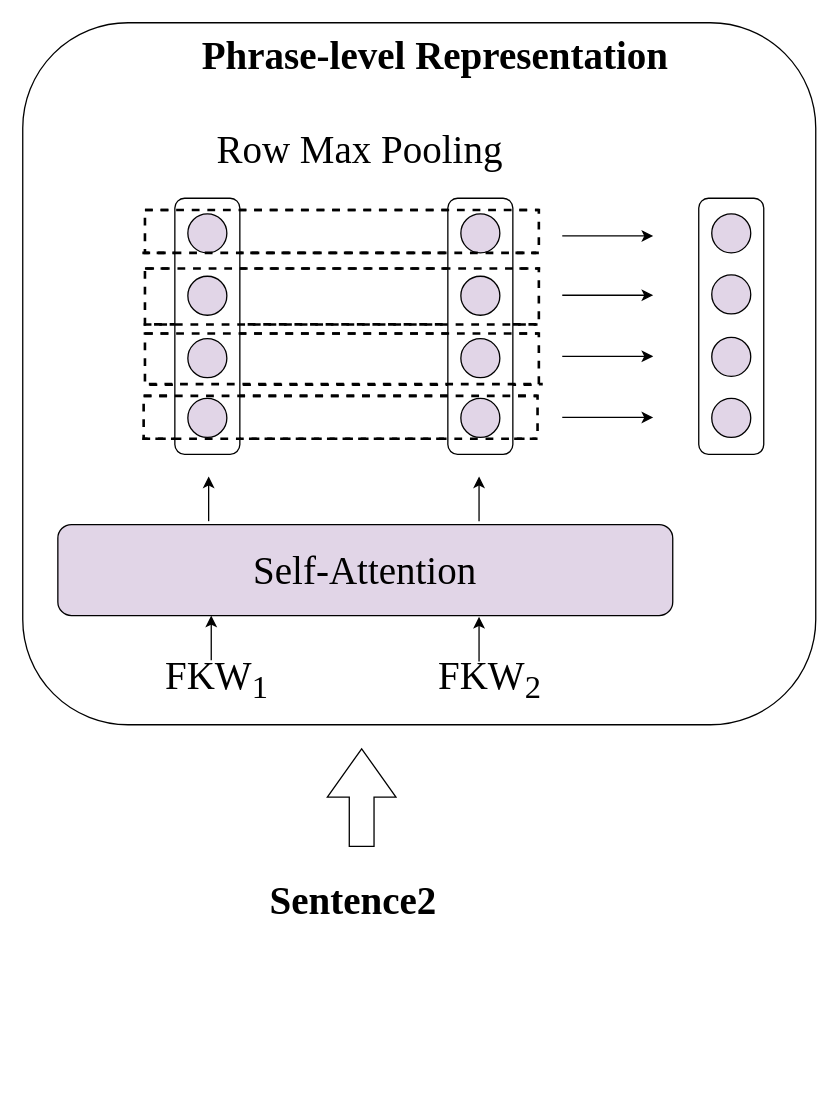
Above: text_match/fin-phrase.drawio in lengyueit/paper_pic (draw.io), before the change. Source tidied: cells renumbered, new cells numbered last; positions are measured from the earlier drawing's top-left corner, leaving out a move shared by most shapes. Both pictures are drawn from the tidied source at 130%, with x=0, y=0 at pixel (22, 22).
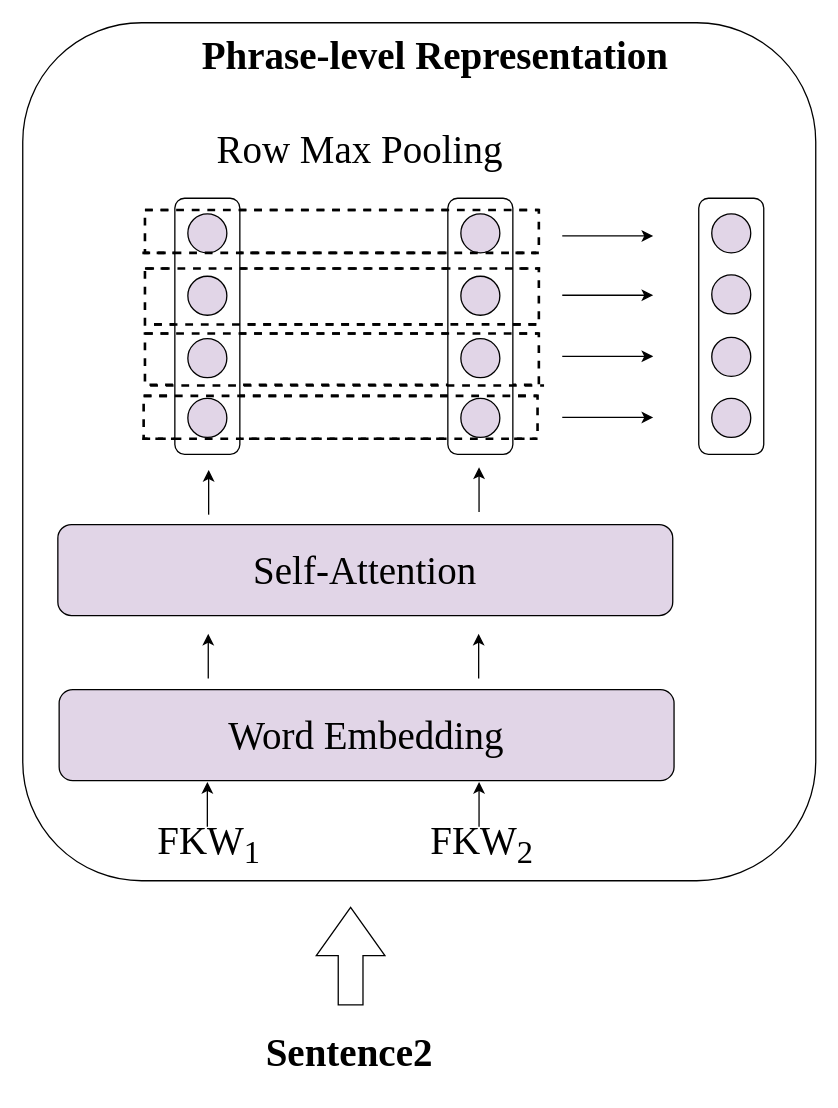
The same page after the edit.

Diff of the diagram source:
```diff
@@
     <mxCell id="2" style="rounded=1;whiteSpace=wrap;html=1;" parent="1" vertex="1">
-      <mxGeometry width="610" height="540" as="geometry" />
+      <mxGeometry width="610" height="660" as="geometry" />
     </mxCell>
@@
     <mxCell id="7" value="&lt;font face=&quot;Times New Roman&quot; style=&quot;font-size: 30px;&quot;&gt;FKW&lt;sub&gt;1&lt;/sub&gt;&lt;/font&gt;" style="text;html=1;align=center;verticalAlign=middle;strokeColor=none;fillColor=none;" parent="1" vertex="1">
-      <mxGeometry x="99" y="475" width="100" height="60" as="geometry" />
+      <mxGeometry x="93" y="602" width="100" height="60" as="geometry" />
     </mxCell>
@@
     <mxCell id="10" value="&lt;font face=&quot;Times New Roman&quot; style=&quot;font-size: 30px;&quot;&gt;FKW&lt;sub&gt;2&lt;/sub&gt;&lt;/font&gt;" style="text;html=1;align=center;verticalAlign=middle;strokeColor=none;fillColor=none;" parent="1" vertex="1">
-      <mxGeometry x="309" y="475" width="100" height="60" as="geometry" />
+      <mxGeometry x="303" y="602" width="100" height="60" as="geometry" />
     </mxCell>
@@
     <mxCell id="12" style="endArrow=classic;html=1;rounded=0;" parent="1" edge="1">
       <mxGeometry relative="1" as="geometry">
-        <mxPoint x="145" y="490.4" as="sourcePoint" />
-        <mxPoint x="145" y="456" as="targetPoint" />
+        <mxPoint x="142" y="618.5" as="sourcePoint" />
+        <mxPoint x="142" y="584" as="targetPoint" />
       </mxGeometry>
     </mxCell>
     <mxCell id="13" style="endArrow=classic;html=1;rounded=0;" parent="1" edge="1">
       <mxGeometry relative="1" as="geometry">
-        <mxPoint x="351" y="491.4" as="sourcePoint" />
-        <mxPoint x="351" y="457" as="targetPoint" />
+        <mxPoint x="351" y="618.5" as="sourcePoint" />
+        <mxPoint x="351" y="584" as="targetPoint" />
       </mxGeometry>
     </mxCell>
     <mxCell id="14" style="endArrow=classic;html=1;rounded=0;" parent="1" edge="1">
       <mxGeometry relative="1" as="geometry">
-        <mxPoint x="351" y="383.4" as="sourcePoint" />
-        <mxPoint x="351" y="349" as="targetPoint" />
+        <mxPoint x="351" y="376.4" as="sourcePoint" />
+        <mxPoint x="351" y="342" as="targetPoint" />
       </mxGeometry>
     </mxCell>
     <mxCell id="15" style="endArrow=classic;html=1;rounded=0;" parent="1" edge="1">
       <mxGeometry relative="1" as="geometry">
-        <mxPoint x="143" y="383.4" as="sourcePoint" />
-        <mxPoint x="143" y="349" as="targetPoint" />
+        <mxPoint x="143" y="378.4" as="sourcePoint" />
+        <mxPoint x="143" y="344" as="targetPoint" />
       </mxGeometry>
     </mxCell>
@@
     <mxCell id="39" style="endArrow=none;dashed=1;html=1;rounded=0;strokeWidth=2;" parent="1" edge="1">
       <mxGeometry relative="1" as="geometry">
-        <mxPoint x="93" y="232.1" as="sourcePoint" />
-        <mxPoint x="396" y="232.1" as="targetPoint" />
+        <mxPoint x="101" y="232.1" as="sourcePoint" />
+        <mxPoint x="400" y="232" as="targetPoint" />
       </mxGeometry>
     </mxCell>
@@
     <mxCell id="42" style="endArrow=none;dashed=1;html=1;rounded=0;strokeWidth=2;" parent="1" edge="1">
       <mxGeometry relative="1" as="geometry">
-        <mxPoint x="97" y="278" as="sourcePoint" />
-        <mxPoint x="400" y="278" as="targetPoint" />
+        <mxPoint x="98" y="279" as="sourcePoint" />
+        <mxPoint x="401" y="279" as="targetPoint" />
       </mxGeometry>
     </mxCell>
@@
     <mxCell id="45" value="&lt;font face=&quot;Times New Roman&quot; style=&quot;font-size: 30px;&quot;&gt;&lt;b&gt;Sentence2&lt;br&gt;&lt;/b&gt;&lt;/font&gt;" style="text;html=1;align=center;verticalAlign=middle;strokeColor=none;fillColor=none;" parent="1" vertex="1">
-      <mxGeometry x="179" y="650" width="150" height="50" as="geometry" />
+      <mxGeometry x="175.5" y="767" width="150" height="50" as="geometry" />
     </mxCell>
     <mxCell id="46" style="shape=flexArrow;endArrow=classic;html=1;rounded=0;endWidth=32.72727272727273;endSize=12.047619047619047;width=19.047619047619047;" parent="1" edge="1">
       <mxGeometry relative="1" as="geometry">
-        <mxPoint x="260.7" y="634" as="sourcePoint" />
-        <mxPoint x="260.7" y="558" as="targetPoint" />
+        <mxPoint x="252.2" y="756" as="sourcePoint" />
+        <mxPoint x="252.2" y="680" as="targetPoint" />
       </mxGeometry>
     </mxCell>
+    <mxCell id="47" value="&lt;font style=&quot;font-size: 30px;&quot; face=&quot;Times New Roman&quot;&gt;Word Embedding&lt;/font&gt;" style="rounded=1;whiteSpace=wrap;html=1;fillColor=#e1d5e7;strokeColor=#000000;" parent="1" vertex="1">
+      <mxGeometry x="28" y="513" width="473" height="70" as="geometry" />
+    </mxCell>
+    <mxCell id="48" style="endArrow=classic;html=1;rounded=0;" parent="1" edge="1">
+      <mxGeometry relative="1" as="geometry">
+        <mxPoint x="142.7" y="504.5" as="sourcePoint" />
+        <mxPoint x="142.7" y="470" as="targetPoint" />
+      </mxGeometry>
+    </mxCell>
+    <mxCell id="49" style="endArrow=classic;html=1;rounded=0;" parent="1" edge="1">
+      <mxGeometry relative="1" as="geometry">
+        <mxPoint x="350.7" y="504.5" as="sourcePoint" />
+        <mxPoint x="350.7" y="470" as="targetPoint" />
+      </mxGeometry>
+    </mxCell>
```
